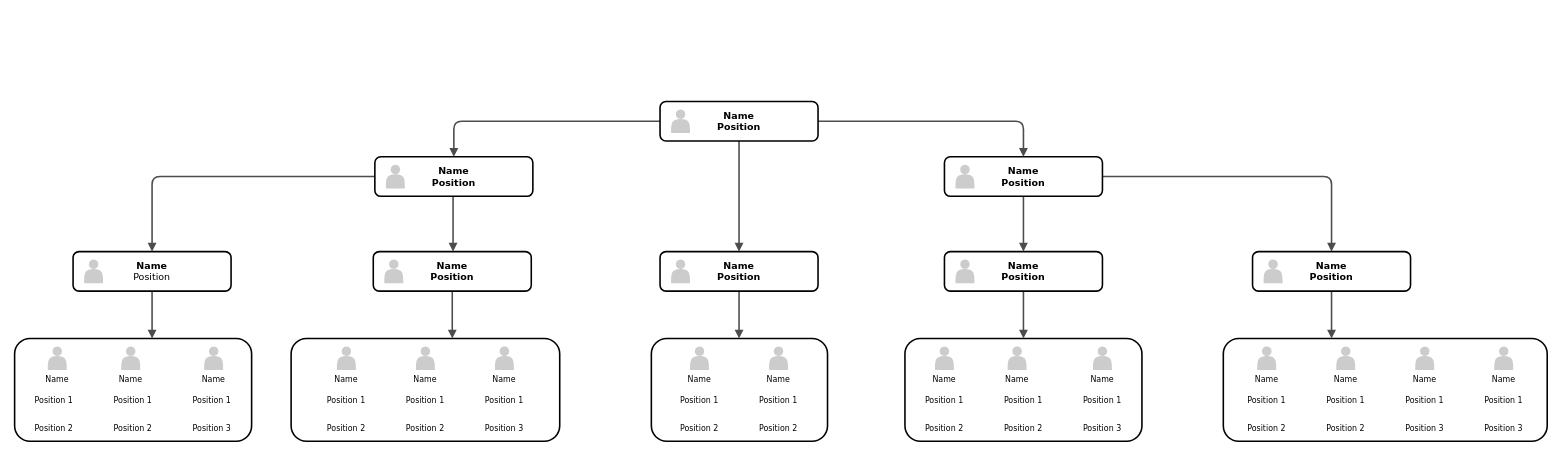
jilllin0402/2023_home keeps this draw.io diagram as Untitled Diagram.drawio. Above is the earlier version. Source tidied: cells renumbered, new cells numbered last; positions are measured from the earlier drawing's top-left corner, leaving out a move shared by most shapes. Both pictures are drawn from the tidied source at 79%, with x=0, y=0 at pixel (14, 101).
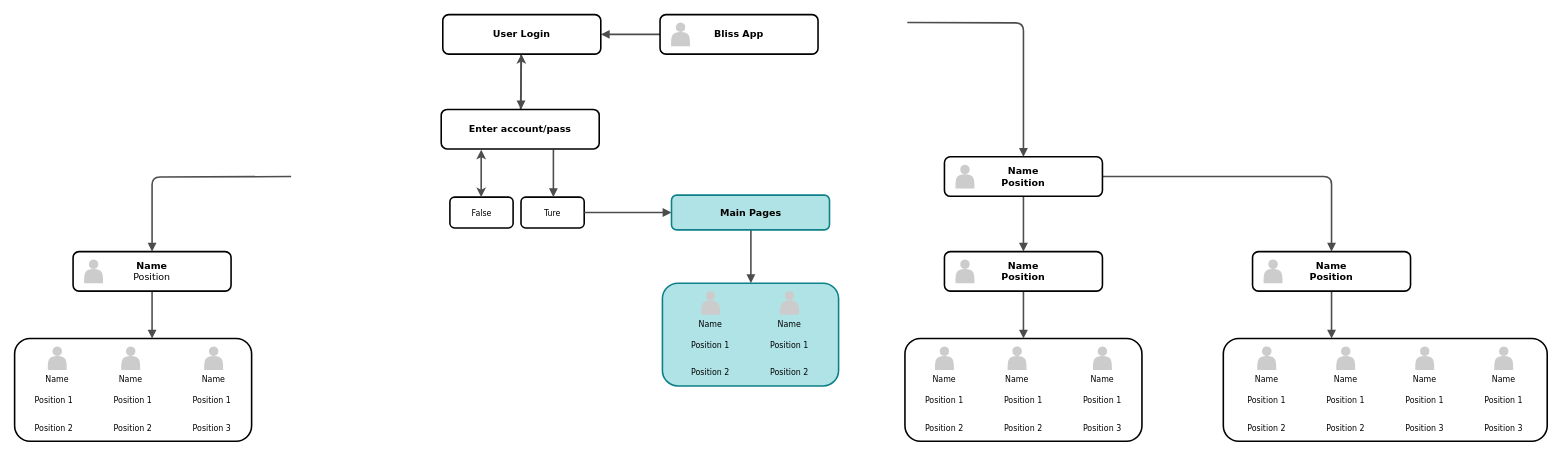
The same page after the edit.

Commit message:
App flow chart.drawio

The change refers to these unchanged cells:
```xml
<mxCell id="64" value="&lt;span&gt;Name&lt;/span&gt;&lt;div&gt;&lt;span style=&quot;font-weight: normal&quot;&gt;Position&lt;/span&gt;&lt;/div&gt;" style="whiteSpace=wrap;html=1;rounded=1;shadow=0;comic=0;strokeWidth=2;fontFamily=Verdana;align=center;fontSize=12;fontStyle=1;" parent="1" vertex="1">
  <mxGeometry x="74" y="190" width="200" height="50" as="geometry" />
</mxCell>
<mxCell id="74" value="Name&lt;div&gt;&lt;span&gt;Position&lt;/span&gt;&lt;/div&gt;" style="whiteSpace=wrap;html=1;rounded=1;shadow=0;comic=0;strokeWidth=2;fontFamily=Verdana;align=center;fontSize=12;fontStyle=1;" parent="1" vertex="1">
  <mxGeometry x="1177" y="70" width="200" height="50" as="geometry" />
</mxCell>
```

Change to the diagram source:
```diff
@@
     <mxCell id="6" style="whiteSpace=wrap;html=1;rounded=1;shadow=0;comic=0;strokeWidth=2;fontFamily=Verdana;align=center;fontSize=10;" parent="1" vertex="1">
-      <mxGeometry x="350" y="300" width="340" height="130" as="geometry" />
+      <mxGeometry x="641" y="121" width="80" height="39" as="geometry" />
     </mxCell>
-    <mxCell id="7" value="Name" style="shape=actor;whiteSpace=wrap;html=1;rounded=0;shadow=0;comic=0;strokeWidth=1;fillColor=#CCCCCC;fontFamily=Verdana;align=center;strokeColor=none;labelPosition=center;verticalLabelPosition=bottom;verticalAlign=top;fontSize=10;" parent="1" vertex="1">
-      <mxGeometry x="508" y="310" width="24" height="30" as="geometry" />
-    </mxCell>
-    <mxCell id="8" value="Name" style="shape=actor;whiteSpace=wrap;html=1;rounded=0;shadow=0;comic=0;strokeWidth=1;fillColor=#CCCCCC;fontFamily=Verdana;align=center;strokeColor=none;labelPosition=center;verticalLabelPosition=bottom;verticalAlign=top;fontSize=10;" parent="1" vertex="1">
-      <mxGeometry x="608" y="310" width="24" height="30" as="geometry" />
-    </mxCell>
-    <mxCell id="9" style="whiteSpace=wrap;html=1;rounded=1;shadow=0;comic=0;strokeWidth=2;fontFamily=Verdana;align=center;fontSize=10;" parent="1" vertex="1">
-      <mxGeometry x="806" y="300" width="223" height="130" as="geometry" />
+    <mxCell id="9" style="whiteSpace=wrap;html=1;rounded=1;shadow=0;comic=0;strokeWidth=2;fontFamily=Verdana;align=center;fontSize=10;fillColor=#b0e3e6;strokeColor=#0e8088;" parent="1" vertex="1">
+      <mxGeometry x="820" y="230" width="223" height="130" as="geometry" />
     </mxCell>
     <mxCell id="10" value="Name" style="shape=actor;whiteSpace=wrap;html=1;rounded=0;shadow=0;comic=0;strokeWidth=1;fillColor=#CCCCCC;fontFamily=Verdana;align=center;strokeColor=none;labelPosition=center;verticalLabelPosition=bottom;verticalAlign=top;fontSize=10;" parent="1" vertex="1">
-      <mxGeometry x="855" y="310" width="24" height="30" as="geometry" />
+      <mxGeometry x="869" y="240" width="24" height="30" as="geometry" />
     </mxCell>
     <mxCell id="11" value="Name" style="shape=actor;whiteSpace=wrap;html=1;rounded=0;shadow=0;comic=0;strokeWidth=1;fillColor=#CCCCCC;fontFamily=Verdana;align=center;strokeColor=none;labelPosition=center;verticalLabelPosition=bottom;verticalAlign=top;fontSize=10;" parent="1" vertex="1">
-      <mxGeometry x="955" y="310" width="24" height="30" as="geometry" />
+      <mxGeometry x="969" y="240" width="24" height="30" as="geometry" />
     </mxCell>
@@
-    <mxCell id="17" value="Name" style="shape=actor;whiteSpace=wrap;html=1;rounded=0;shadow=0;comic=0;strokeWidth=1;fillColor=#CCCCCC;fontFamily=Verdana;align=center;strokeColor=none;labelPosition=center;verticalLabelPosition=bottom;verticalAlign=top;fontSize=10;" parent="1" vertex="1">
-      <mxGeometry x="408" y="310" width="24" height="30" as="geometry" />
-    </mxCell>
@@
-    <mxCell id="19" style="edgeStyle=orthogonalEdgeStyle;rounded=1;html=1;labelBackgroundColor=none;endArrow=block;endFill=1;strokeColor=#4D4D4D;strokeWidth=2;fontFamily=Verdana;fontSize=12;fontStyle=1;" parent="1" edge="1" source="72" target="70">
+    <mxCell id="19" style="edgeStyle=orthogonalEdgeStyle;rounded=1;html=1;labelBackgroundColor=none;endArrow=block;endFill=1;strokeColor=#4D4D4D;strokeWidth=2;fontFamily=Verdana;fontSize=12;fontStyle=1;exitX=1;exitY=0.5;exitDx=0;exitDy=0;" parent="1" edge="1" source="6" target="70">
       <mxGeometry relative="1" as="geometry" />
     </mxCell>
-    <mxCell id="20" style="edgeStyle=orthogonalEdgeStyle;rounded=1;html=1;labelBackgroundColor=none;endArrow=block;endFill=1;strokeColor=#4D4D4D;strokeWidth=2;fontFamily=Verdana;fontSize=12;fontStyle=1;" parent="1" edge="1" source="72" target="66">
+    <mxCell id="20" style="edgeStyle=orthogonalEdgeStyle;rounded=1;html=1;labelBackgroundColor=none;endArrow=block;endFill=1;strokeColor=#4D4D4D;strokeWidth=2;fontFamily=Verdana;fontSize=12;fontStyle=1;entryX=1;entryY=0.5;entryDx=0;entryDy=0;" parent="1" edge="1" source="72" target="66">
       <mxGeometry relative="1" as="geometry" />
     </mxCell>
-    <mxCell id="21" style="edgeStyle=orthogonalEdgeStyle;rounded=1;html=1;labelBackgroundColor=none;endArrow=block;endFill=1;strokeColor=#4D4D4D;strokeWidth=2;fontFamily=Verdana;fontSize=12;fontStyle=1;" parent="1" edge="1" source="72" target="74">
-      <mxGeometry relative="1" as="geometry" />
+    <mxCell id="21" style="edgeStyle=orthogonalEdgeStyle;rounded=1;html=1;labelBackgroundColor=none;endArrow=block;endFill=1;strokeColor=#4D4D4D;strokeWidth=2;fontFamily=Verdana;fontSize=12;fontStyle=1;" parent="1" edge="1" target="74">
+      <mxGeometry relative="1" as="geometry">
+        <mxPoint x="1130" y="-100" as="sourcePoint" />
+      </mxGeometry>
     </mxCell>
@@
-    <mxCell id="23" style="edgeStyle=orthogonalEdgeStyle;rounded=1;html=1;labelBackgroundColor=none;endArrow=block;endFill=1;strokeColor=#4D4D4D;strokeWidth=2;fontFamily=Verdana;fontSize=12;fontStyle=1;" parent="1" edge="1" source="66" target="64">
-      <mxGeometry relative="1" as="geometry" />
+    <mxCell id="23" style="edgeStyle=orthogonalEdgeStyle;rounded=1;html=1;labelBackgroundColor=none;endArrow=block;endFill=1;strokeColor=#4D4D4D;strokeWidth=2;fontFamily=Verdana;fontSize=12;fontStyle=1;" parent="1" edge="1" target="64">
+      <mxGeometry relative="1" as="geometry">
+        <mxPoint x="350" y="95" as="sourcePoint" />
+      </mxGeometry>
     </mxCell>
@@
-    <mxCell id="29" style="edgeStyle=elbowEdgeStyle;rounded=1;html=1;labelBackgroundColor=none;endArrow=block;endFill=1;strokeColor=#4D4D4D;strokeWidth=2;fontFamily=Verdana;fontSize=10;" parent="1" edge="1" source="68" target="6">
-      <mxGeometry relative="1" as="geometry" />
+    <mxCell id="29" style="edgeStyle=elbowEdgeStyle;rounded=1;html=1;labelBackgroundColor=none;endArrow=block;endFill=1;strokeColor=#4D4D4D;strokeWidth=2;fontFamily=Verdana;fontSize=10;align=center;" parent="1" edge="1">
+      <mxGeometry relative="1" as="geometry">
+        <mxPoint x="682" y="61" as="sourcePoint" />
+        <mxPoint x="682" y="121" as="targetPoint" />
+      </mxGeometry>
     </mxCell>
@@
-    <mxCell id="37" value="Position 1" style="text;html=1;strokeColor=none;fillColor=none;align=center;verticalAlign=middle;whiteSpace=wrap;rounded=1;shadow=0;comic=0;fontFamily=Verdana;fontSize=10;" parent="1" vertex="1">
-      <mxGeometry x="375" y="365" width="90" height="25" as="geometry" />
-    </mxCell>
-    <mxCell id="38" value="Position 1" style="text;html=1;strokeColor=none;fillColor=none;align=center;verticalAlign=middle;whiteSpace=wrap;rounded=1;shadow=0;comic=0;fontFamily=Verdana;fontSize=10;" parent="1" vertex="1">
-      <mxGeometry x="475" y="365" width="90" height="25" as="geometry" />
-    </mxCell>
-    <mxCell id="39" value="Position 1" style="text;html=1;strokeColor=none;fillColor=none;align=center;verticalAlign=middle;whiteSpace=wrap;rounded=1;shadow=0;comic=0;fontFamily=Verdana;fontSize=10;" parent="1" vertex="1">
-      <mxGeometry x="575" y="365" width="90" height="25" as="geometry" />
-    </mxCell>
-    <mxCell id="40" value="Position 2" style="text;html=1;strokeColor=none;fillColor=none;align=center;verticalAlign=middle;whiteSpace=wrap;rounded=1;shadow=0;comic=0;fontFamily=Verdana;fontSize=10;" parent="1" vertex="1">
-      <mxGeometry x="375" y="400" width="90" height="25" as="geometry" />
-    </mxCell>
-    <mxCell id="41" value="Position 2" style="text;html=1;strokeColor=none;fillColor=none;align=center;verticalAlign=middle;whiteSpace=wrap;rounded=1;shadow=0;comic=0;fontFamily=Verdana;fontSize=10;" parent="1" vertex="1">
-      <mxGeometry x="475" y="400" width="90" height="25" as="geometry" />
-    </mxCell>
-    <mxCell id="42" value="Position 3" style="text;html=1;strokeColor=none;fillColor=none;align=center;verticalAlign=middle;whiteSpace=wrap;rounded=1;shadow=0;comic=0;fontFamily=Verdana;fontSize=10;" parent="1" vertex="1">
-      <mxGeometry x="575" y="400" width="90" height="25" as="geometry" />
+    <mxCell id="42" value="Ture" style="text;html=1;strokeColor=none;fillColor=none;align=center;verticalAlign=middle;whiteSpace=wrap;rounded=1;shadow=0;comic=0;fontFamily=Verdana;fontSize=10;" parent="1" vertex="1">
+      <mxGeometry x="651" y="128" width="60" height="25" as="geometry" />
     </mxCell>
     <mxCell id="43" value="Position 1" style="text;html=1;strokeColor=none;fillColor=none;align=center;verticalAlign=middle;whiteSpace=wrap;rounded=1;shadow=0;comic=0;fontFamily=Verdana;fontSize=10;" parent="1" vertex="1">
-      <mxGeometry x="822" y="365" width="90" height="25" as="geometry" />
+      <mxGeometry x="836" y="295" width="90" height="25" as="geometry" />
     </mxCell>
     <mxCell id="44" value="Position 1" style="text;html=1;strokeColor=none;fillColor=none;align=center;verticalAlign=middle;whiteSpace=wrap;rounded=1;shadow=0;comic=0;fontFamily=Verdana;fontSize=10;" parent="1" vertex="1">
-      <mxGeometry x="922" y="365" width="90" height="25" as="geometry" />
+      <mxGeometry x="936" y="295" width="90" height="25" as="geometry" />
     </mxCell>
     <mxCell id="45" value="Position 2" style="text;html=1;strokeColor=none;fillColor=none;align=center;verticalAlign=middle;whiteSpace=wrap;rounded=1;shadow=0;comic=0;fontFamily=Verdana;fontSize=10;" parent="1" vertex="1">
-      <mxGeometry x="822" y="400" width="90" height="25" as="geometry" />
+      <mxGeometry x="836" y="330" width="90" height="25" as="geometry" />
     </mxCell>
     <mxCell id="46" value="Position 2" style="text;html=1;strokeColor=none;fillColor=none;align=center;verticalAlign=middle;whiteSpace=wrap;rounded=1;shadow=0;comic=0;fontFamily=Verdana;fontSize=10;" parent="1" vertex="1">
-      <mxGeometry x="922" y="400" width="90" height="25" as="geometry" />
+      <mxGeometry x="936" y="330" width="90" height="25" as="geometry" />
     </mxCell>
@@
-    <mxCell id="66" value="Name&lt;div&gt;&lt;span&gt;Position&lt;/span&gt;&lt;/div&gt;" style="whiteSpace=wrap;html=1;rounded=1;shadow=0;comic=0;strokeWidth=2;fontFamily=Verdana;align=center;fontSize=12;fontStyle=1;" parent="1" vertex="1">
-      <mxGeometry x="456" y="70" width="200" height="50" as="geometry" />
+    <mxCell id="66" value="User Login" style="whiteSpace=wrap;html=1;rounded=1;shadow=0;comic=0;strokeWidth=2;fontFamily=Verdana;align=center;fontSize=12;fontStyle=1;" parent="1" vertex="1">
+      <mxGeometry x="542" y="-110" width="200" height="50" as="geometry" />
     </mxCell>
-    <mxCell id="67" style="shape=actor;whiteSpace=wrap;html=1;rounded=0;shadow=0;comic=0;strokeWidth=1;fillColor=#CCCCCC;fontFamily=Verdana;align=center;strokeColor=none;fontSize=12;fontStyle=1;" parent="1" vertex="1">
-      <mxGeometry x="470" y="80" width="24" height="30" as="geometry" />
-    </mxCell>
+    <mxCell id="80" style="edgeStyle=none;rounded=0;jettySize=auto;html=1;strokeColor=#4D4D4D;strokeWidth=2;align=center;" parent="1" edge="1" source="68" target="66">
+      <mxGeometry relative="1" as="geometry" />
+    </mxCell>
-    <mxCell id="68" value="Name&lt;div&gt;&lt;span&gt;Position&lt;/span&gt;&lt;/div&gt;" style="whiteSpace=wrap;html=1;rounded=1;shadow=0;comic=0;strokeWidth=2;fontFamily=Verdana;align=center;fontSize=12;fontStyle=1;" parent="1" vertex="1">
-      <mxGeometry x="454" y="190" width="200" height="50" as="geometry" />
+    <mxCell id="68" value="Enter account/pass" style="whiteSpace=wrap;html=1;rounded=1;shadow=0;comic=0;strokeWidth=2;fontFamily=Verdana;align=center;fontSize=12;fontStyle=1;" parent="1" vertex="1">
+      <mxGeometry x="540" y="10" width="200" height="50" as="geometry" />
     </mxCell>
-    <mxCell id="69" style="shape=actor;whiteSpace=wrap;html=1;rounded=0;shadow=0;comic=0;strokeWidth=1;fillColor=#CCCCCC;fontFamily=Verdana;align=center;strokeColor=none;fontSize=12;fontStyle=1;" parent="1" vertex="1">
-      <mxGeometry x="468" y="200" width="24" height="30" as="geometry" />
-    </mxCell>
-    <mxCell id="70" value="Name&lt;div&gt;&lt;span&gt;Position&lt;/span&gt;&lt;/div&gt;" style="whiteSpace=wrap;html=1;rounded=1;shadow=0;comic=0;strokeWidth=2;fontFamily=Verdana;align=center;fontSize=12;fontStyle=1;" parent="1" vertex="1">
-      <mxGeometry x="817" y="190" width="200" height="50" as="geometry" />
+    <mxCell id="70" value="Main Pages" style="whiteSpace=wrap;html=1;rounded=1;shadow=0;comic=0;strokeWidth=2;fontFamily=Verdana;align=center;fontSize=12;fontStyle=1;fillColor=#b0e3e6;strokeColor=#0e8088;" parent="1" vertex="1">
+      <mxGeometry x="831.5" y="118.5" width="200" height="44" as="geometry" />
     </mxCell>
-    <mxCell id="71" style="shape=actor;whiteSpace=wrap;html=1;rounded=0;shadow=0;comic=0;strokeWidth=1;fillColor=#CCCCCC;fontFamily=Verdana;align=center;strokeColor=none;fontSize=12;fontStyle=1;" parent="1" vertex="1">
-      <mxGeometry x="831" y="200" width="24" height="30" as="geometry" />
-    </mxCell>
-    <mxCell id="72" value="Name&lt;div&gt;&lt;span&gt;Position&lt;/span&gt;&lt;/div&gt;" style="whiteSpace=wrap;html=1;rounded=1;shadow=0;comic=0;strokeWidth=2;fontFamily=Verdana;align=center;fontSize=12;fontStyle=1;" parent="1" vertex="1">
-      <mxGeometry x="817" width="200" height="50" as="geometry" />
+    <mxCell id="72" value="Bliss App" style="whiteSpace=wrap;html=1;rounded=1;shadow=0;comic=0;strokeWidth=2;fontFamily=Verdana;align=center;fontSize=12;fontStyle=1;" parent="1" vertex="1">
+      <mxGeometry x="817" y="-110" width="200" height="50" as="geometry" />
     </mxCell>
     <mxCell id="73" style="shape=actor;whiteSpace=wrap;html=1;rounded=0;shadow=0;comic=0;strokeWidth=1;fillColor=#CCCCCC;fontFamily=Verdana;align=center;strokeColor=none;fontSize=12;fontStyle=1;" parent="1" vertex="1">
-      <mxGeometry x="831" y="10" width="24" height="30" as="geometry" />
+      <mxGeometry x="831" y="-100" width="24" height="30" as="geometry" />
     </mxCell>
@@
+    <mxCell id="81" style="whiteSpace=wrap;html=1;rounded=1;shadow=0;comic=0;strokeWidth=2;fontFamily=Verdana;align=center;fontSize=10;" parent="1" vertex="1">
+      <mxGeometry x="551" y="121" width="80" height="39" as="geometry" />
+    </mxCell>
+    <mxCell id="82" value="False" style="text;html=1;strokeColor=none;fillColor=none;align=center;verticalAlign=middle;whiteSpace=wrap;rounded=1;shadow=0;comic=0;fontFamily=Verdana;fontSize=10;" parent="1" vertex="1">
+      <mxGeometry x="558.5" y="128" width="65" height="25" as="geometry" />
+    </mxCell>
+    <mxCell id="83" style="endArrow=classic;startArrow=classic;html=1;align=center;strokeColor=#4D4D4D;strokeWidth=2;" parent="1" edge="1">
+      <mxGeometry relative="1" as="geometry">
+        <mxPoint x="590.6" y="121" as="sourcePoint" />
+        <mxPoint x="590.6" y="61" as="targetPoint" />
+      </mxGeometry>
+    </mxCell>
```
